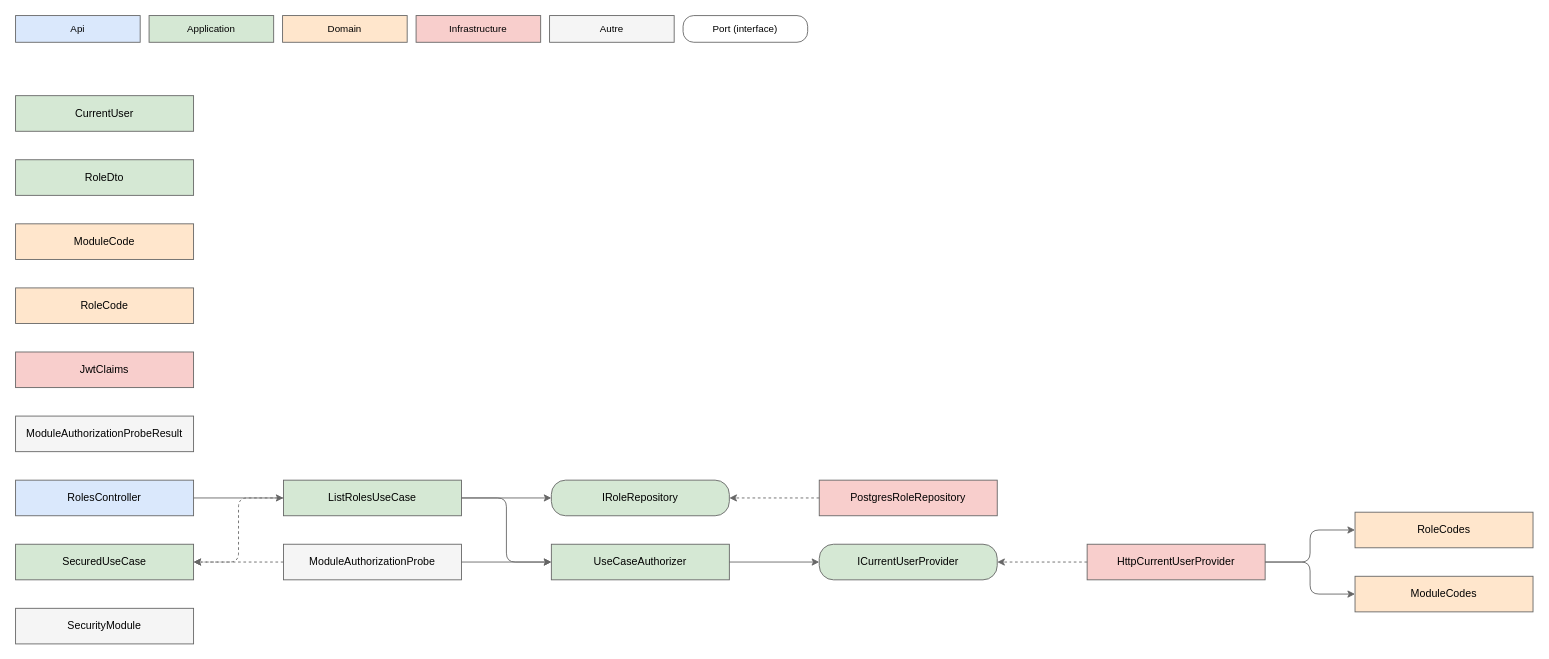
Above: api/docs/diagrams/Core/Security/security.drawio in huiitre/Tools-app (draw.io), before the change. Source tidied: cells renumbered, new cells numbered last; positions are measured from the earlier drawing's top-left corner, leaving out a move shared by most shapes. Both pictures are drawn from the tidied source at 89%, with x=0, y=0 at pixel (15, 15).
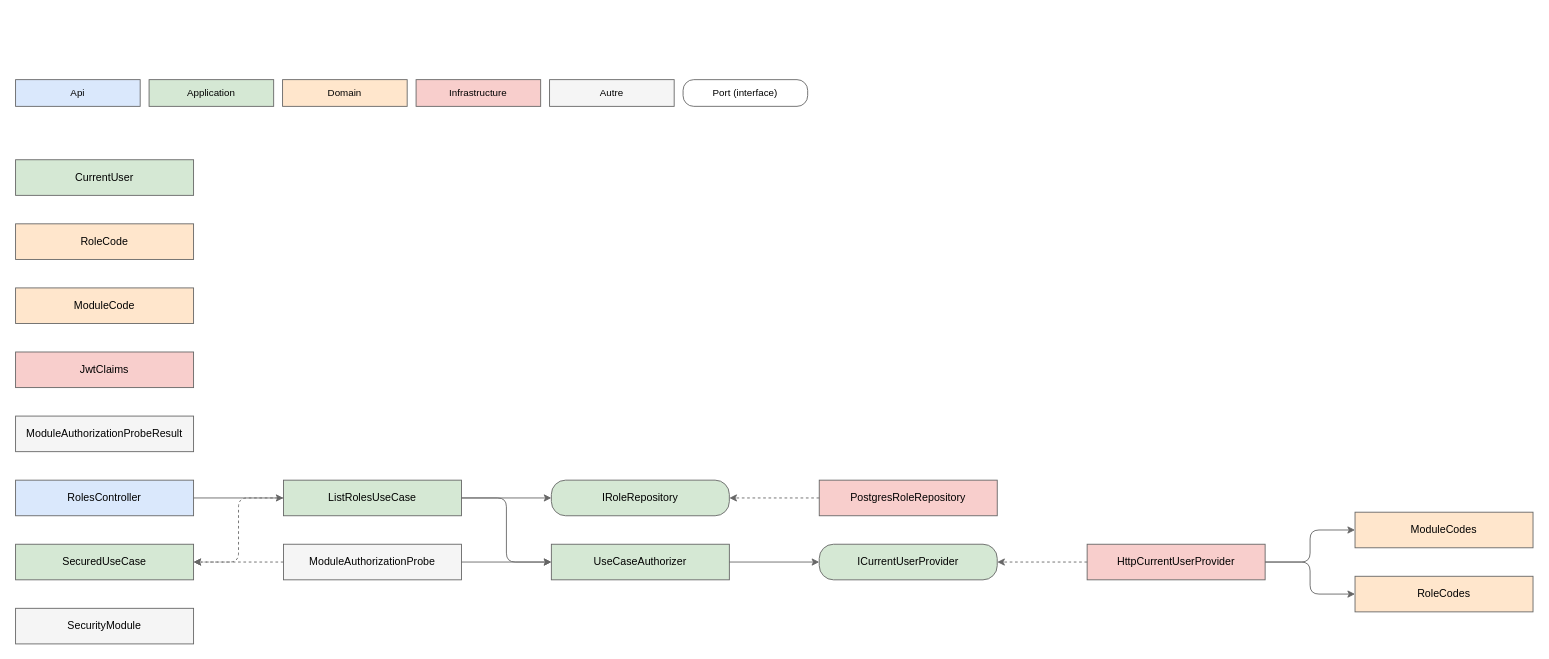
The same diagram, later.

Diff of the diagram source:
```diff
@@
     <mxCell id="2" value="Api" style="rounded=0;whiteSpace=wrap;html=1;fillColor=#dae8fc;strokeColor=#666666;fontSize=11;" parent="1" vertex="1">
-      <mxGeometry width="140" height="30" as="geometry" />
+      <mxGeometry y="72" width="140" height="30" as="geometry" />
     </mxCell>
     <mxCell id="3" value="Application" style="rounded=0;whiteSpace=wrap;html=1;fillColor=#d5e8d4;strokeColor=#666666;fontSize=11;" parent="1" vertex="1">
-      <mxGeometry x="150" width="140" height="30" as="geometry" />
+      <mxGeometry x="150" y="72" width="140" height="30" as="geometry" />
     </mxCell>
     <mxCell id="4" value="Domain" style="rounded=0;whiteSpace=wrap;html=1;fillColor=#ffe6cc;strokeColor=#666666;fontSize=11;" parent="1" vertex="1">
-      <mxGeometry x="300" width="140" height="30" as="geometry" />
+      <mxGeometry x="300" y="72" width="140" height="30" as="geometry" />
     </mxCell>
     <mxCell id="5" value="Infrastructure" style="rounded=0;whiteSpace=wrap;html=1;fillColor=#f8cecc;strokeColor=#666666;fontSize=11;" parent="1" vertex="1">
-      <mxGeometry x="450" width="140" height="30" as="geometry" />
+      <mxGeometry x="450" y="72" width="140" height="30" as="geometry" />
     </mxCell>
     <mxCell id="6" value="Autre" style="rounded=0;whiteSpace=wrap;html=1;fillColor=#f5f5f5;strokeColor=#666666;fontSize=11;" parent="1" vertex="1">
-      <mxGeometry x="600" width="140" height="30" as="geometry" />
+      <mxGeometry x="600" y="72" width="140" height="30" as="geometry" />
     </mxCell>
     <mxCell id="7" value="Port (interface)" style="rounded=1;arcSize=40;whiteSpace=wrap;html=1;fillColor=#ffffff;strokeColor=#666666;fontSize=11;dashed=0;" parent="1" vertex="1">
-      <mxGeometry x="750" width="140" height="30" as="geometry" />
+      <mxGeometry x="750" y="72" width="140" height="30" as="geometry" />
     </mxCell>
     <mxCell id="8" value="CurrentUser" style="rounded=0;whiteSpace=wrap;html=1;fillColor=#d5e8d4;strokeColor=#666666;" parent="1" vertex="1">
-      <mxGeometry y="90" width="200" height="40" as="geometry" />
+      <mxGeometry y="162" width="200" height="40" as="geometry" />
     </mxCell>
@@
     <mxCell id="16" value="ModuleCode" style="rounded=0;whiteSpace=wrap;html=1;fillColor=#ffe6cc;strokeColor=#666666;" parent="1" vertex="1">
-      <mxGeometry y="234" width="200" height="40" as="geometry" />
+      <mxGeometry y="306" width="200" height="40" as="geometry" />
     </mxCell>
     <mxCell id="17" value="ModuleCodes" style="rounded=0;whiteSpace=wrap;html=1;fillColor=#ffe6cc;strokeColor=#666666;" parent="1" vertex="1">
-      <mxGeometry x="1505" y="630" width="200" height="40" as="geometry" />
+      <mxGeometry x="1505" y="558" width="200" height="40" as="geometry" />
     </mxCell>
@@
     <mxCell id="19" value="RoleCode" style="rounded=0;whiteSpace=wrap;html=1;fillColor=#ffe6cc;strokeColor=#666666;" parent="1" vertex="1">
-      <mxGeometry y="306" width="200" height="40" as="geometry" />
+      <mxGeometry y="234" width="200" height="40" as="geometry" />
     </mxCell>
     <mxCell id="20" value="RoleCodes" style="rounded=0;whiteSpace=wrap;html=1;fillColor=#ffe6cc;strokeColor=#666666;" parent="1" vertex="1">
-      <mxGeometry x="1505" y="558" width="200" height="40" as="geometry" />
+      <mxGeometry x="1505" y="630" width="200" height="40" as="geometry" />
     </mxCell>
-    <mxCell id="21" value="RoleDto" style="rounded=0;whiteSpace=wrap;html=1;fillColor=#d5e8d4;strokeColor=#666666;" parent="1" vertex="1">
-      <mxGeometry y="162" width="200" height="40" as="geometry" />
-    </mxCell>
```
